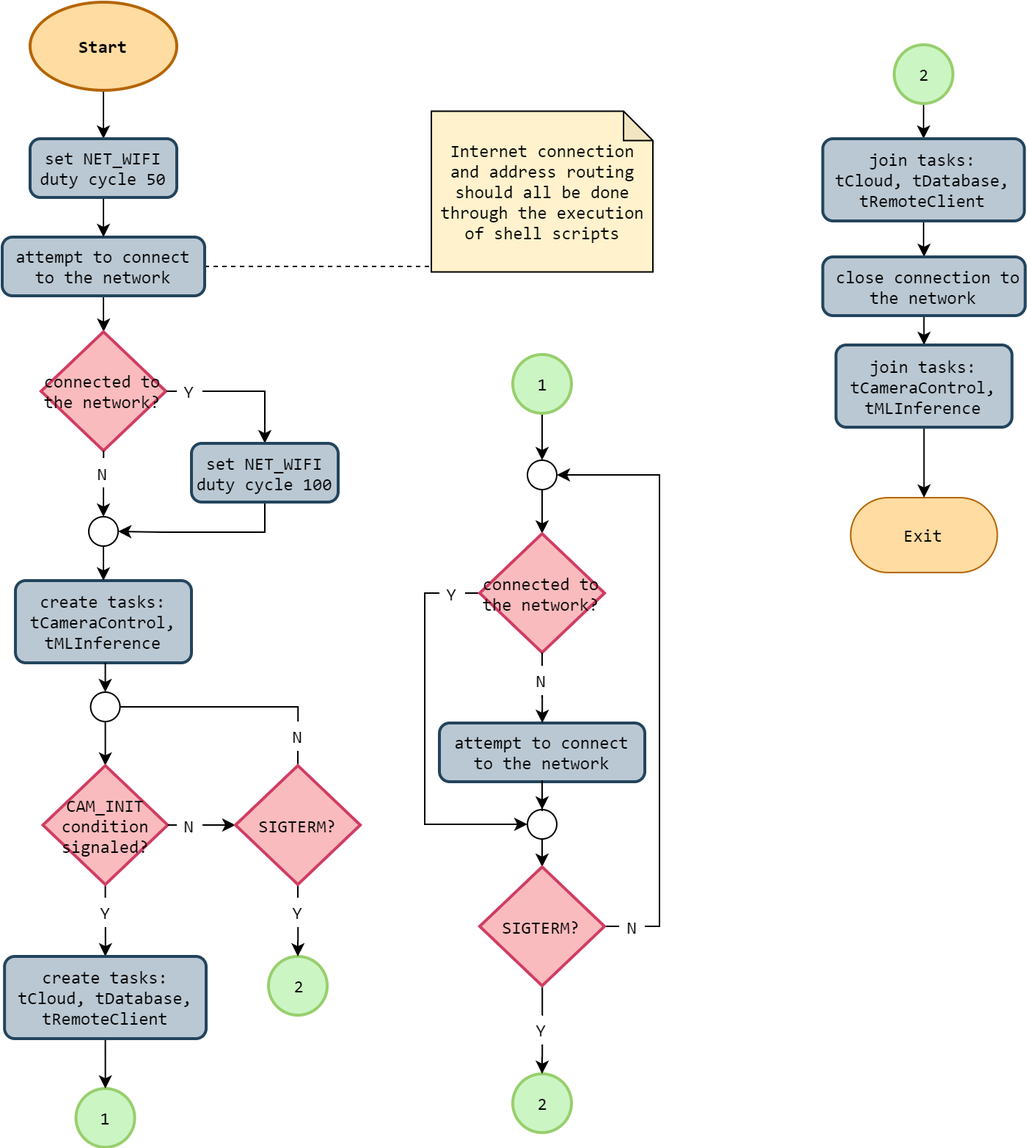
The draw.io diagram 3. Design/4. Software Specification/threads/thread-fc/thread-fc-main.png in esrg-silent-howl/argos, before a commit. Source tidied: cells renumbered, new cells last; positions are measured from the earlier drawing's top-left corner, leaving out a move shared by most shapes.
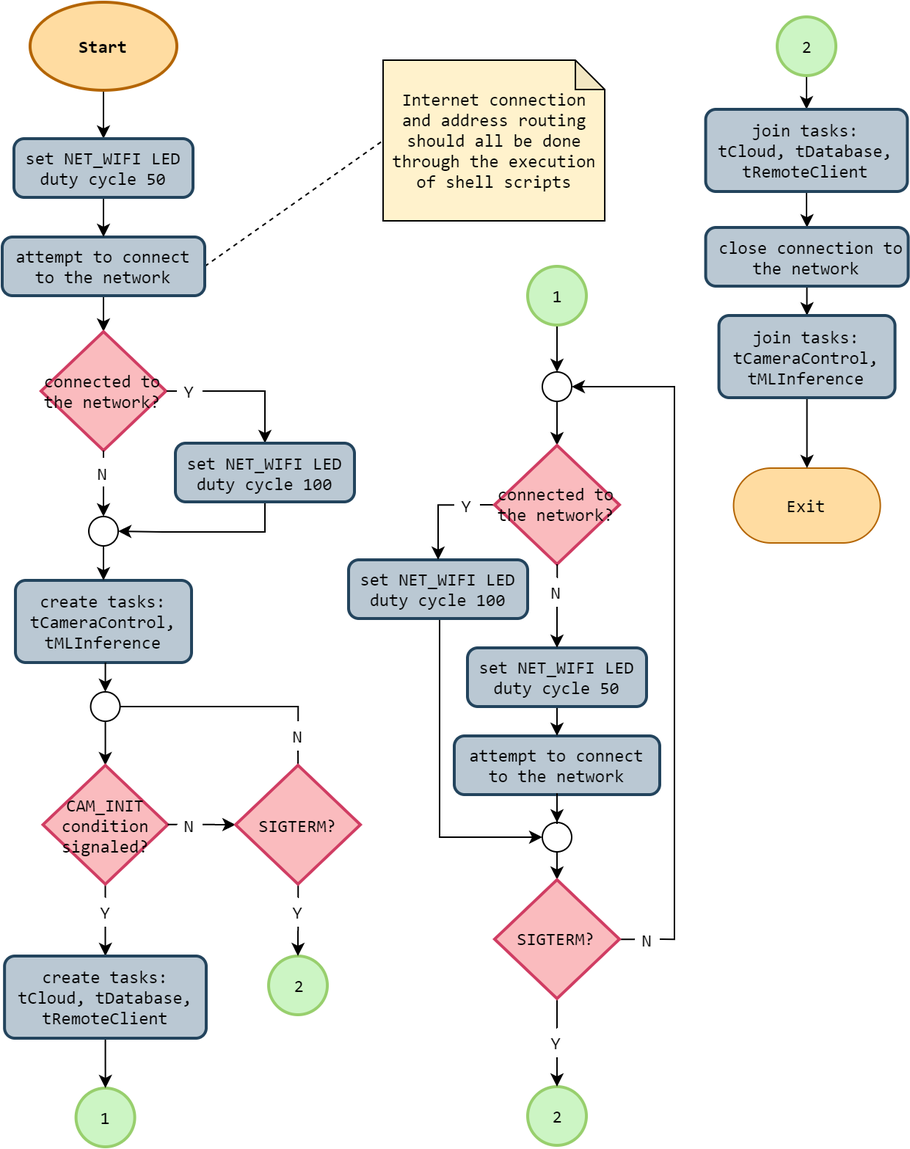
Above is the later version.

Change to the diagram source:
```diff
@@ -11,10 +11,8 @@
     <mxCell id="4" value="1" style="verticalLabelPosition=middle;verticalAlign=middle;html=1;shape=mxgraph.flowchart.on-page_reference;strokeWidth=2;align=center;labelPosition=center;fillColor=#CCF5C4;strokeColor=#98CF6D;fontFamily=Consolas;" parent="1" vertex="1">
       <mxGeometry x="50.3" y="740" width="40" height="40" as="geometry" />
     </mxCell>
-    <mxCell id="5" style="rounded=0;jettySize=auto;html=1;startArrow=none;startFill=0;endArrow=none;endFill=0;dashed=1;exitX=1;exitY=0.5;exitDx=0;exitDy=0;entryX=0;entryY=0.5;entryDx=0;entryDy=0;entryPerimeter=0;" parent="1" edge="1" source="7">
-      <mxGeometry relative="1" as="geometry">
-        <mxPoint x="292.5" y="180" as="targetPoint" />
-      </mxGeometry>
+    <mxCell id="5" style="rounded=0;jettySize=auto;html=1;startArrow=none;startFill=0;endArrow=none;endFill=0;dashed=1;exitX=1;exitY=0.5;exitDx=0;exitDy=0;entryX=0;entryY=0.5;entryDx=0;entryDy=0;entryPerimeter=0;" parent="1" edge="1" source="7" target="8">
+      <mxGeometry relative="1" as="geometry" />
     </mxCell>
     <mxCell id="6" style="edgeStyle=orthogonalEdgeStyle;rounded=0;jettySize=auto;html=1;startArrow=none;startFill=0;endArrow=classic;endFill=1;" parent="1" edge="1" source="7" target="13">
       <mxGeometry relative="1" as="geometry" />
@@ -23,7 +21,7 @@
       <mxGeometry y="160" width="138" height="40" as="geometry" />
     </mxCell>
     <mxCell id="8" value="Internet connection and address routing should all be done through the execution of shell scripts" style="shape=note;html=1;backgroundOutline=1;darkOpacity=0.05;size=20;fillColor=#fff2cc;strokeColor=#000000;whiteSpace=wrap;fontFamily=Consolas;spacing=2;" parent="1" vertex="1">
-      <mxGeometry x="292.5" y="74.2" width="151" height="109.5" as="geometry" />
+      <mxGeometry x="259.5" y="39.5" width="151" height="109.5" as="geometry" />
     </mxCell>
     <mxCell id="9" style="edgeStyle=orthogonalEdgeStyle;rounded=0;jettySize=auto;html=1;startArrow=none;startFill=0;endArrow=classic;endFill=1;entryX=0.5;entryY=0;entryDx=0;entryDy=0;entryPerimeter=0;" parent="1" edge="1" source="25" target="24">
       <mxGeometry relative="1" as="geometry">
@@ -62,8 +60,8 @@
         </Array>
       </mxGeometry>
     </mxCell>
-    <mxCell id="15" value="set NET_WIFI duty cycle 100" style="rounded=1;whiteSpace=wrap;html=1;absoluteArcSize=1;arcSize=14;strokeWidth=2;fillColor=#bac8d3;strokeColor=#23445d;fontFamily=Consolas;" parent="1" vertex="1">
-      <mxGeometry x="129" y="300.5" width="100" height="40" as="geometry" />
+    <mxCell id="15" value="set NET_WIFI LED duty cycle 100" style="rounded=1;whiteSpace=wrap;html=1;absoluteArcSize=1;arcSize=14;strokeWidth=2;fillColor=#bac8d3;strokeColor=#23445d;fontFamily=Consolas;" parent="1" vertex="1">
+      <mxGeometry x="118" y="300.5" width="122" height="40" as="geometry" />
     </mxCell>
     <mxCell id="16" style="edgeStyle=orthogonalEdgeStyle;rounded=0;jettySize=auto;html=1;startArrow=none;startFill=0;endArrow=classic;endFill=1;exitX=0.5;exitY=1;exitDx=0;exitDy=0;" parent="1" edge="1" source="17" target="10">
       <mxGeometry relative="1" as="geometry">
@@ -157,7 +155,7 @@
       <mxGeometry relative="1" as="geometry" />
     </mxCell>
     <mxCell id="34" value="1" style="verticalLabelPosition=middle;verticalAlign=middle;html=1;shape=mxgraph.flowchart.on-page_reference;strokeWidth=2;align=center;labelPosition=center;fillColor=#CCF5C4;strokeColor=#98CF6D;fontFamily=Consolas;" parent="1" vertex="1">
-      <mxGeometry x="348" y="240" width="40" height="40" as="geometry" />
+      <mxGeometry x="358" y="180" width="40" height="40" as="geometry" />
     </mxCell>
     <mxCell id="35" style="edgeStyle=orthogonalEdgeStyle;rounded=0;jettySize=auto;html=1;entryX=0.5;entryY=1;entryDx=0;entryDy=0;startArrow=none;startFill=0;endArrow=none;endFill=0;" parent="1" edge="1" source="37">
       <mxGeometry relative="1" as="geometry">
@@ -205,61 +203,61 @@
       <mxGeometry x="192.8" y="610" width="17.5" height="20" as="geometry" />
     </mxCell>
     <mxCell id="43" value="Exit" style="rounded=1;whiteSpace=wrap;html=1;arcSize=50;fillColor=#FFDCA1;strokeColor=#B46504;fontFamily=Consolas;" parent="1" vertex="1">
-      <mxGeometry x="578.3" y="337.5" width="100" height="51" as="geometry" />
+      <mxGeometry x="498.3" y="317.5" width="100" height="51" as="geometry" />
     </mxCell>
     <mxCell id="44" style="edgeStyle=orthogonalEdgeStyle;rounded=0;jettySize=auto;html=1;startArrow=none;startFill=0;endArrow=classic;endFill=1;" parent="1" edge="1" source="45" target="66">
       <mxGeometry relative="1" as="geometry" />
     </mxCell>
     <mxCell id="45" value="2" style="verticalLabelPosition=middle;verticalAlign=middle;html=1;shape=mxgraph.flowchart.on-page_reference;strokeWidth=2;align=center;labelPosition=center;fillColor=#CCF5C4;strokeColor=#98CF6D;fontFamily=Consolas;" parent="1" vertex="1">
-      <mxGeometry x="608" y="29" width="40" height="40" as="geometry" />
+      <mxGeometry x="528" y="10" width="40" height="40" as="geometry" />
     </mxCell>
     <mxCell id="46" style="edgeStyle=orthogonalEdgeStyle;rounded=0;jettySize=auto;html=1;startArrow=none;startFill=0;endArrow=classic;endFill=1;entryX=0.5;entryY=0;entryDx=0;entryDy=0;entryPerimeter=0;exitX=0.5;exitY=1;exitDx=0;exitDy=0;" parent="1" edge="1" source="49" target="48">
       <mxGeometry relative="1" as="geometry">
         <Array as="points">
-          <mxPoint x="368" y="341" />
-          <mxPoint x="368" y="341" />
+          <mxPoint x="378" y="281" />
+          <mxPoint x="378" y="281" />
         </Array>
       </mxGeometry>
     </mxCell>
     <mxCell id="47" style="edgeStyle=orthogonalEdgeStyle;rounded=0;jettySize=auto;html=1;entryX=1;entryY=0.5;entryDx=0;entryDy=0;startArrow=none;startFill=0;endArrow=none;endFill=0;" parent="1" edge="1" source="48" target="63">
       <mxGeometry relative="1" as="geometry">
         <Array as="points">
-          <mxPoint x="325" y="403" />
-          <mxPoint x="325" y="403" />
+          <mxPoint x="335" y="343" />
+          <mxPoint x="335" y="343" />
         </Array>
       </mxGeometry>
     </mxCell>
     <mxCell id="48" value="connected to the network?" style="strokeWidth=2;html=1;shape=mxgraph.flowchart.decision;whiteSpace=wrap;fillColor=#FABBBE;strokeColor=#D03D63;fontFamily=Consolas;" parent="1" vertex="1">
-      <mxGeometry x="325.5" y="362" width="85" height="81" as="geometry" />
+      <mxGeometry x="335.5" y="302" width="85" height="81" as="geometry" />
     </mxCell>
     <mxCell id="49" style="ellipse;whiteSpace=wrap;html=1;fontFamily=Consolas;" parent="1" vertex="1">
-      <mxGeometry x="358" y="312" width="20" height="20" as="geometry" />
+      <mxGeometry x="368" y="252" width="20" height="20" as="geometry" />
     </mxCell>
     <mxCell id="50" style="edgeStyle=orthogonalEdgeStyle;rounded=0;jettySize=auto;html=1;entryX=0.5;entryY=0;entryDx=0;entryDy=0;entryPerimeter=0;startArrow=none;startFill=0;endArrow=classic;endFill=1;" parent="1" edge="1" source="73" target="57">
       <mxGeometry relative="1" as="geometry" />
     </mxCell>
     <mxCell id="51" value="attempt to connect to the network" style="rounded=1;whiteSpace=wrap;html=1;absoluteArcSize=1;arcSize=14;strokeWidth=2;fillColor=#bac8d3;strokeColor=#23445d;fontFamily=Consolas;" parent="1" vertex="1">
-      <mxGeometry x="298" y="491" width="140" height="40" as="geometry" />
+      <mxGeometry x="308" y="500" width="140" height="40" as="geometry" />
     </mxCell>
     <mxCell id="52" style="edgeStyle=orthogonalEdgeStyle;rounded=0;jettySize=auto;html=1;entryX=0.5;entryY=0;entryDx=0;entryDy=0;startArrow=none;startFill=0;endArrow=none;endFill=0;" parent="1" edge="1" target="54">
       <mxGeometry relative="1" as="geometry">
-        <mxPoint x="368.1" y="443" as="sourcePoint" />
+        <mxPoint x="378.1" y="383" as="sourcePoint" />
         <Array as="points">
-          <mxPoint x="368.5" y="452" />
-          <mxPoint x="368.5" y="452" />
+          <mxPoint x="378.5" y="392" />
+          <mxPoint x="378.5" y="392" />
         </Array>
       </mxGeometry>
     </mxCell>
-    <mxCell id="53" style="edgeStyle=orthogonalEdgeStyle;rounded=0;jettySize=auto;html=1;startArrow=none;startFill=0;endArrow=classic;endFill=1;" parent="1" edge="1" source="54" target="51">
+    <mxCell id="53" style="edgeStyle=orthogonalEdgeStyle;rounded=0;jettySize=auto;html=1;startArrow=none;startFill=0;endArrow=classic;endFill=1;" parent="1" edge="1" source="75" target="51">
       <mxGeometry relative="1" as="geometry">
         <Array as="points">
-          <mxPoint x="368" y="482" />
-          <mxPoint x="368" y="482" />
+          <mxPoint x="378" y="422" />
+          <mxPoint x="378" y="422" />
         </Array>
       </mxGeometry>
     </mxCell>
     <mxCell id="54" value="N" style="text;html=1;strokeColor=none;fillColor=none;align=center;verticalAlign=middle;whiteSpace=wrap;rounded=0;fontFamily=Consolas;" parent="1" vertex="1">
-      <mxGeometry x="359.3" y="452" width="17.5" height="20" as="geometry" />
+      <mxGeometry x="369.3" y="392" width="17.5" height="20" as="geometry" />
     </mxCell>
     <mxCell id="55" style="edgeStyle=orthogonalEdgeStyle;rounded=0;jettySize=auto;html=1;entryX=0.5;entryY=0;entryDx=0;entryDy=0;startArrow=none;startFill=0;endArrow=none;endFill=0;" parent="1" edge="1" source="57" target="61">
       <mxGeometry relative="1" as="geometry" />
@@ -267,79 +265,99 @@
     <mxCell id="56" style="edgeStyle=orthogonalEdgeStyle;rounded=0;jettySize=auto;html=1;entryX=0;entryY=0.5;entryDx=0;entryDy=0;startArrow=none;startFill=0;endArrow=none;endFill=0;" parent="1" edge="1" source="57" target="64">
       <mxGeometry relative="1" as="geometry">
         <Array as="points">
-          <mxPoint x="421" y="630" />
-          <mxPoint x="421" y="630" />
+          <mxPoint x="431" y="639" />
+          <mxPoint x="431" y="639" />
         </Array>
       </mxGeometry>
     </mxCell>
     <mxCell id="57" value="SIGTERM?" style="strokeWidth=2;html=1;shape=mxgraph.flowchart.decision;whiteSpace=wrap;fillColor=#FABBBE;strokeColor=#D03D63;fontFamily=Consolas;" parent="1" vertex="1">
-      <mxGeometry x="325.5" y="589" width="85" height="81" as="geometry" />
+      <mxGeometry x="335.5" y="598" width="85" height="81" as="geometry" />
     </mxCell>
     <mxCell id="58" style="edgeStyle=orthogonalEdgeStyle;rounded=0;jettySize=auto;html=1;entryX=1;entryY=0.5;entryDx=0;entryDy=0;startArrow=none;startFill=0;endArrow=classic;endFill=1;exitX=1;exitY=0.5;exitDx=0;exitDy=0;" parent="1" edge="1" source="64" target="49">
       <mxGeometry relative="1" as="geometry">
         <Array as="points">
-          <mxPoint x="448" y="630" />
-          <mxPoint x="448" y="322" />
+          <mxPoint x="458" y="639" />
+          <mxPoint x="458" y="262" />
         </Array>
       </mxGeometry>
     </mxCell>
     <mxCell id="59" value="2" style="verticalLabelPosition=middle;verticalAlign=middle;html=1;shape=mxgraph.flowchart.on-page_reference;strokeWidth=2;align=center;labelPosition=center;fillColor=#CCF5C4;strokeColor=#98CF6D;fontFamily=Consolas;" parent="1" vertex="1">
-      <mxGeometry x="348" y="730" width="40" height="40" as="geometry" />
+      <mxGeometry x="358" y="739" width="40" height="40" as="geometry" />
     </mxCell>
     <mxCell id="60" style="edgeStyle=orthogonalEdgeStyle;rounded=0;jettySize=auto;html=1;entryX=0.5;entryY=0;entryDx=0;entryDy=0;entryPerimeter=0;startArrow=none;startFill=0;endArrow=classic;endFill=1;" parent="1" edge="1" source="61" target="59">
       <mxGeometry relative="1" as="geometry">
         <Array as="points">
-          <mxPoint x="368.5" y="711" />
-          <mxPoint x="368.5" y="711" />
+          <mxPoint x="378.5" y="720" />
+          <mxPoint x="378.5" y="720" />
         </Array>
       </mxGeometry>
     </mxCell>
     <mxCell id="61" value="Y" style="text;html=1;strokeColor=none;fillColor=none;align=center;verticalAlign=middle;whiteSpace=wrap;rounded=0;fontFamily=Consolas;" parent="1" vertex="1">
-      <mxGeometry x="359.3" y="690" width="17.5" height="20" as="geometry" />
+      <mxGeometry x="369.3" y="699" width="17.5" height="20" as="geometry" />
     </mxCell>
-    <mxCell id="62" style="edgeStyle=orthogonalEdgeStyle;rounded=0;jettySize=auto;html=1;entryX=0;entryY=0.5;entryDx=0;entryDy=0;startArrow=none;startFill=0;endArrow=classic;endFill=1;" parent="1" edge="1" source="63" target="73">
+    <mxCell id="62" style="edgeStyle=orthogonalEdgeStyle;rounded=0;jettySize=auto;html=1;entryX=0;entryY=0.5;entryDx=0;entryDy=0;startArrow=none;startFill=0;endArrow=classic;endFill=1;" parent="1" edge="1" source="77" target="73">
       <mxGeometry relative="1" as="geometry">
         <Array as="points">
-          <mxPoint x="288" y="402" />
-          <mxPoint x="288" y="560" />
+          <mxPoint x="298" y="569" />
         </Array>
       </mxGeometry>
     </mxCell>
     <mxCell id="63" value="Y" style="text;html=1;strokeColor=none;fillColor=none;align=center;verticalAlign=middle;whiteSpace=wrap;rounded=0;fontFamily=Consolas;" parent="1" vertex="1">
-      <mxGeometry x="298" y="392.5" width="17.5" height="20" as="geometry" />
+      <mxGeometry x="308" y="332.5" width="17.5" height="20" as="geometry" />
     </mxCell>
     <mxCell id="64" value="N" style="text;html=1;strokeColor=none;fillColor=none;align=center;verticalAlign=middle;whiteSpace=wrap;rounded=0;fontFamily=Consolas;" parent="1" vertex="1">
-      <mxGeometry x="420.5" y="619.5" width="17.5" height="20" as="geometry" />
+      <mxGeometry x="430.5" y="628.5" width="17.5" height="20" as="geometry" />
     </mxCell>
     <mxCell id="65" style="edgeStyle=orthogonalEdgeStyle;rounded=0;jettySize=auto;html=1;startArrow=none;startFill=0;endArrow=classic;endFill=1;" parent="1" edge="1" source="66" target="68">
       <mxGeometry relative="1" as="geometry" />
     </mxCell>
     <mxCell id="66" value="join tasks:&lt;br&gt;tCloud, tDatabase, tRemoteClient" style="rounded=1;whiteSpace=wrap;html=1;absoluteArcSize=1;arcSize=14;strokeWidth=2;fillColor=#bac8d3;strokeColor=#23445d;fontFamily=Consolas;" parent="1" vertex="1">
-      <mxGeometry x="559.3" y="93" width="137.4" height="56" as="geometry" />
+      <mxGeometry x="479.3" y="73" width="137.4" height="56" as="geometry" />
     </mxCell>
     <mxCell id="67" style="edgeStyle=orthogonalEdgeStyle;rounded=0;jettySize=auto;html=1;startArrow=none;startFill=0;endArrow=classic;endFill=1;" parent="1" edge="1" source="68" target="70">
       <mxGeometry relative="1" as="geometry" />
     </mxCell>
     <mxCell id="68" value="&amp;nbsp;close connection to the network" style="rounded=1;whiteSpace=wrap;html=1;absoluteArcSize=1;arcSize=14;strokeWidth=2;fillColor=#bac8d3;strokeColor=#23445d;fontFamily=Consolas;" parent="1" vertex="1">
-      <mxGeometry x="559.3" y="173.5" width="138" height="40" as="geometry" />
+      <mxGeometry x="479.3" y="153.5" width="138" height="40" as="geometry" />
     </mxCell>
     <mxCell id="69" style="edgeStyle=orthogonalEdgeStyle;rounded=0;jettySize=auto;html=1;entryX=0.5;entryY=0;entryDx=0;entryDy=0;startArrow=none;startFill=0;endArrow=classic;endFill=1;" parent="1" edge="1" source="70" target="43">
       <mxGeometry relative="1" as="geometry" />
     </mxCell>
     <mxCell id="70" value="join tasks:&lt;br&gt;tCameraControl,&lt;br&gt;tMLInference" style="rounded=1;whiteSpace=wrap;html=1;absoluteArcSize=1;arcSize=14;strokeWidth=2;fillColor=#bac8d3;strokeColor=#23445d;fontFamily=Consolas;" parent="1" vertex="1">
-      <mxGeometry x="568.3" y="233.5" width="120" height="56" as="geometry" />
+      <mxGeometry x="488.3" y="213.5" width="120" height="56" as="geometry" />
     </mxCell>
     <mxCell id="71" style="edgeStyle=orthogonalEdgeStyle;rounded=0;jettySize=auto;html=1;entryX=0.5;entryY=0;entryDx=0;entryDy=0;" parent="1" edge="1" source="72" target="7">
       <mxGeometry relative="1" as="geometry" />
     </mxCell>
-    <mxCell id="72" value="set NET_WIFI duty cycle 50" style="rounded=1;whiteSpace=wrap;html=1;absoluteArcSize=1;arcSize=14;strokeWidth=2;fillColor=#bac8d3;strokeColor=#23445d;fontFamily=Consolas;" parent="1" vertex="1">
-      <mxGeometry x="19" y="93" width="100" height="40" as="geometry" />
+    <mxCell id="72" value="set NET_WIFI LED duty cycle 50" style="rounded=1;whiteSpace=wrap;html=1;absoluteArcSize=1;arcSize=14;strokeWidth=2;fillColor=#bac8d3;strokeColor=#23445d;fontFamily=Consolas;" parent="1" vertex="1">
+      <mxGeometry x="8" y="93" width="122" height="40" as="geometry" />
     </mxCell>
     <mxCell id="73" style="ellipse;whiteSpace=wrap;html=1;fontFamily=Consolas;" parent="1" vertex="1">
-      <mxGeometry x="358" y="550" width="20" height="20" as="geometry" />
+      <mxGeometry x="368" y="559" width="20" height="20" as="geometry" />
     </mxCell>
     <mxCell id="74" style="edgeStyle=orthogonalEdgeStyle;rounded=0;jettySize=auto;html=1;entryX=0.5;entryY=0;entryDx=0;entryDy=0;entryPerimeter=0;startArrow=none;startFill=0;endArrow=classic;endFill=1;" parent="1" edge="1" source="51" target="73">
       <mxGeometry relative="1" as="geometry" />
     </mxCell>
+    <mxCell id="75" value="set NET_WIFI LED duty cycle 50" style="rounded=1;whiteSpace=wrap;html=1;absoluteArcSize=1;arcSize=14;strokeWidth=2;fillColor=#bac8d3;strokeColor=#23445d;fontFamily=Consolas;" parent="1" vertex="1">
+      <mxGeometry x="317" y="440" width="122" height="40" as="geometry" />
+    </mxCell>
+    <mxCell id="76" style="edgeStyle=orthogonalEdgeStyle;rounded=0;jettySize=auto;html=1;startArrow=none;startFill=0;endArrow=classic;endFill=1;" parent="1" edge="1" source="54" target="75">
+      <mxGeometry relative="1" as="geometry">
+        <Array as="points">
+          <mxPoint x="378" y="421" />
+          <mxPoint x="378" y="421" />
+        </Array>
+      </mxGeometry>
+    </mxCell>
+    <mxCell id="77" value="set NET_WIFI LED duty cycle 100" style="rounded=1;whiteSpace=wrap;html=1;absoluteArcSize=1;arcSize=14;strokeWidth=2;fillColor=#bac8d3;strokeColor=#23445d;fontFamily=Consolas;" parent="1" vertex="1">
+      <mxGeometry x="236" y="380" width="122" height="40" as="geometry" />
+    </mxCell>
+    <mxCell id="78" style="edgeStyle=orthogonalEdgeStyle;rounded=0;jettySize=auto;html=1;entryX=0.5;entryY=0;entryDx=0;entryDy=0;startArrow=none;startFill=0;endArrow=classic;endFill=1;" parent="1" edge="1" source="63" target="77">
+      <mxGeometry relative="1" as="geometry">
+        <Array as="points">
+          <mxPoint x="297" y="343" />
+        </Array>
+      </mxGeometry>
+    </mxCell>
   </root>
 </mxGraphModel>
```
